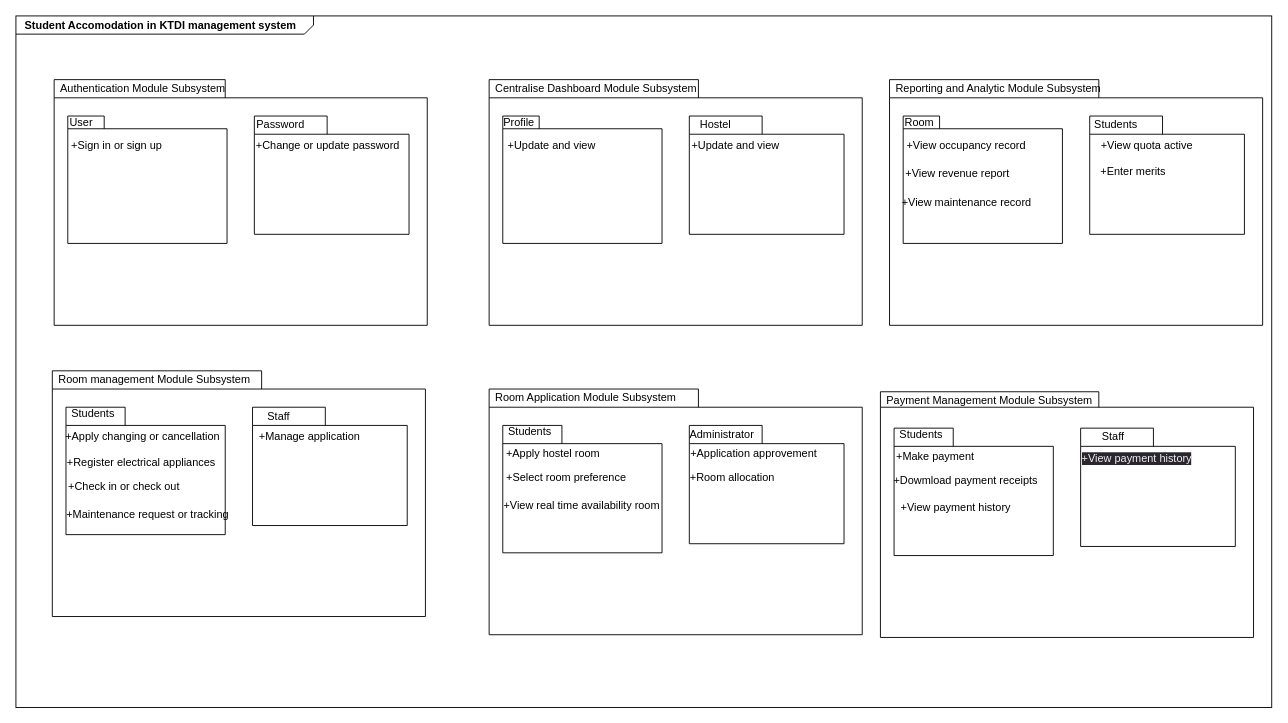
Above: project/drawio/stakeholder/Untitled Diagram.drawio in drshahizan/software-engineering (draw.io), before the change. Source tidied: cells renumbered, new cells numbered last; positions are measured from the earlier drawing's top-left corner, leaving out a move shared by most shapes. Both pictures are drawn from the tidied source at 91%, with x=0, y=0 at pixel (15, 15).
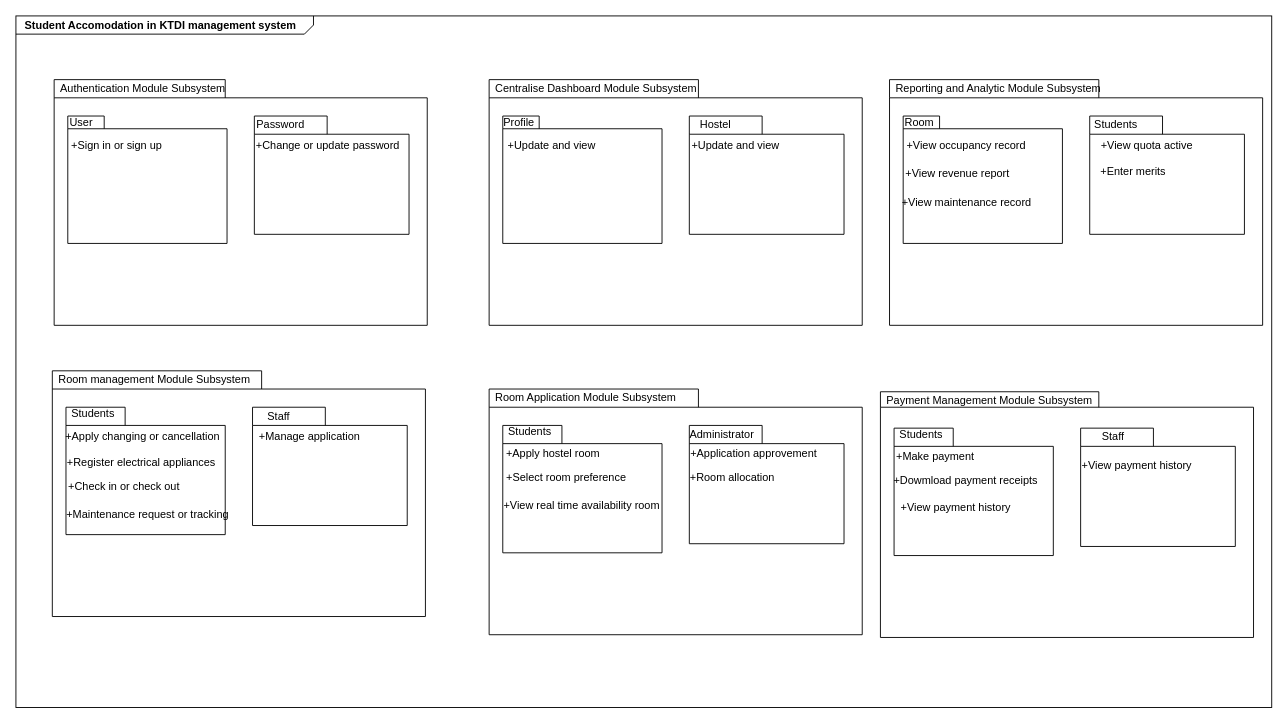
The same page after the edit.

The change refers to these unchanged cells:
```xml
<mxCell id="47" value="Payment Management Module Subsystem" style="shape=folder;xSize=90;align=left;spacingLeft=10;align=left;verticalAlign=top;spacingLeft=5;spacingTop=-4;tabWidth=240;tabHeight=17;tabPosition=left;html=1;" parent="1" vertex="1">
  <mxGeometry x="950" y="413" width="410" height="270" as="geometry" />
</mxCell>
```

What changed in the source:
```diff
@@
-    <mxCell id="52" value="&#10;&lt;span style=&quot;color: rgb(240, 240, 240); font-family: Helvetica; font-size: 12px; font-style: normal; font-variant-ligatures: normal; font-variant-caps: normal; font-weight: 400; letter-spacing: normal; orphans: 2; text-align: center; text-indent: 0px; text-transform: none; widows: 2; word-spacing: 0px; -webkit-text-stroke-width: 0px; background-color: rgb(42, 37, 47); text-decoration-thickness: initial; text-decoration-style: initial; text-decoration-color: initial; float: none; display: inline !important;&quot;&gt;+View payment history&lt;/span&gt;&#10;&#10;" style="text;html=1;strokeColor=none;fillColor=none;align=center;verticalAlign=middle;whiteSpace=wrap;rounded=0;" parent="47" vertex="1">
+    <mxCell id="52" value="+View payment history" style="text;html=1;strokeColor=none;fillColor=none;align=center;verticalAlign=middle;whiteSpace=wrap;rounded=0;" parent="47" vertex="1">
       <mxGeometry x="201" y="66" width="162" height="30" as="geometry" />
     </mxCell>
```
